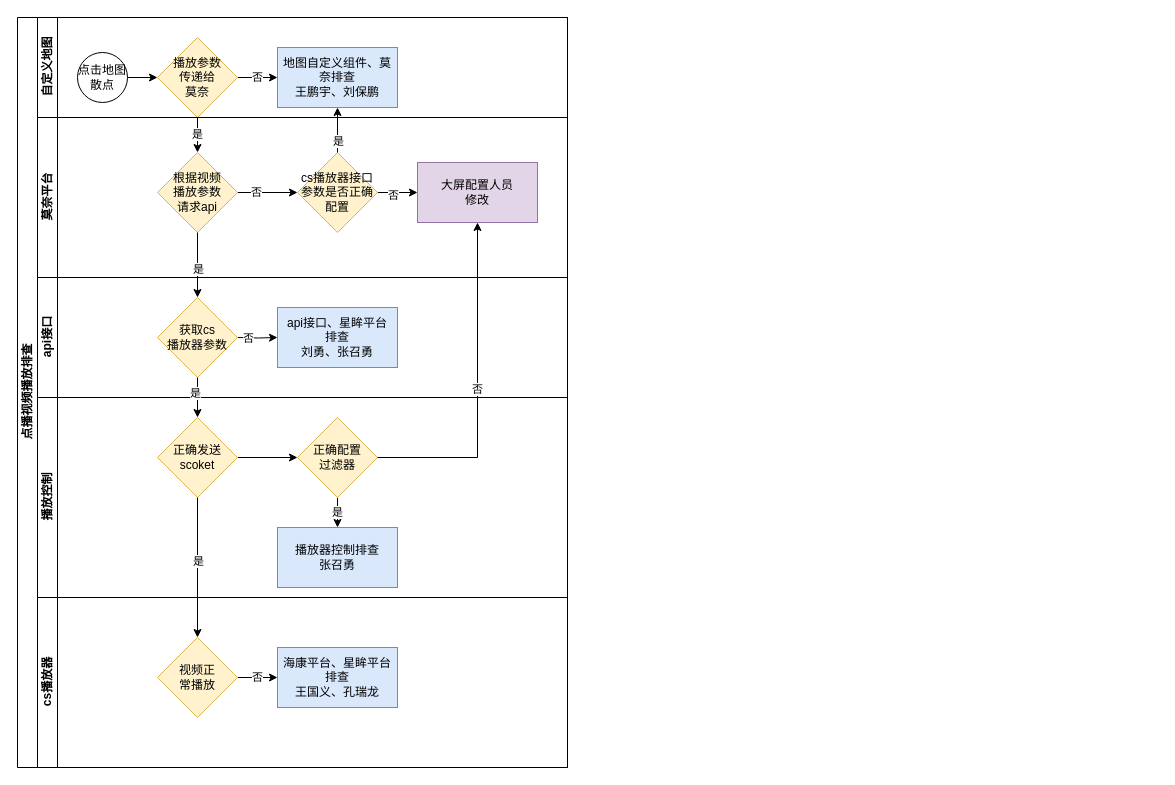
Earlier version of the draw.io diagram 宿迁视频排查.drawio (sdlbp/draw.io). Source tidied: cells renumbered, new cells numbered last; positions are measured from the earlier drawing's top-left corner, leaving out a move shared by most shapes. Both pictures are drawn from the tidied source at 100%, with x=0, y=0 at pixel (17, 17).
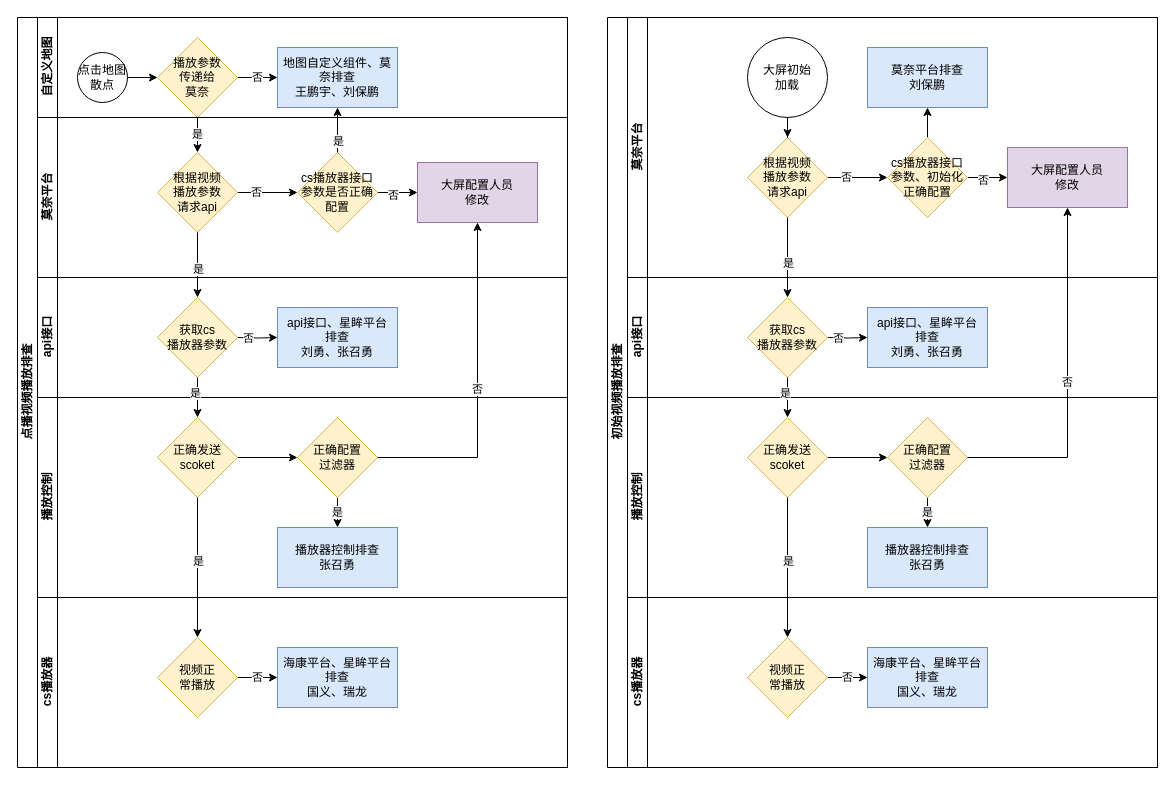
Above is the later version.

Commit message:
Update 宿迁视频排查.drawio

The change refers to these unchanged cells:
```xml
<mxCell id="29" value="cs播放器" style="swimlane;html=1;startSize=20;horizontal=0;" parent="2" vertex="1">
  <mxGeometry x="20" y="580" width="530" height="170" as="geometry" />
</mxCell>
```

Diff of the diagram source:
```diff
@@
-    <mxCell id="32" value="海康平台、星眸平台排查&lt;br&gt;王国义、孔瑞龙" style="rounded=0;whiteSpace=wrap;html=1;fillColor=#dae8fc;strokeColor=#6c8ebf;" parent="29" vertex="1">
+    <mxCell id="32" value="海康平台、星眸平台排查&lt;br&gt;国义、瑞龙" style="rounded=0;whiteSpace=wrap;html=1;fillColor=#dae8fc;strokeColor=#6c8ebf;" parent="29" vertex="1">
       <mxGeometry x="240" y="50" width="120" height="60" as="geometry" />
     </mxCell>
@@
+    <mxCell id="43" value="初始视频播放排查" style="swimlane;html=1;horizontal=0;startSize=20;" parent="1" vertex="1">
+      <mxGeometry x="590" width="550" height="750" as="geometry" />
+    </mxCell>
+    <mxCell id="44" value="莫奈平台" style="swimlane;html=1;startSize=20;horizontal=0;" parent="43" vertex="1">
+      <mxGeometry x="20" width="530" height="260" as="geometry" />
+    </mxCell>
+    <mxCell id="45" style="edgeStyle=orthogonalEdgeStyle;rounded=0;jettySize=auto;html=1;endArrow=classic;endFill=1;exitX=1;exitY=0.5;exitDx=0;exitDy=0;" parent="44" edge="1" source="51" target="50">
+      <mxGeometry relative="1" as="geometry" />
+    </mxCell>
+    <mxCell id="46" value="否" style="edgeLabel;html=1;align=center;verticalAlign=middle;" parent="45" vertex="1">
+      <mxGeometry x="-0.39" y="1" relative="1" as="geometry" />
+    </mxCell>
+    <mxCell id="47" style="edgeStyle=orthogonalEdgeStyle;rounded=0;jettySize=auto;html=1;" parent="44" edge="1" source="50" target="52">
+      <mxGeometry relative="1" as="geometry" />
+    </mxCell>
+    <mxCell id="48" value="否" style="edgeLabel;html=1;align=center;verticalAlign=middle;" parent="47" vertex="1">
+      <mxGeometry x="-0.24" y="-2" relative="1" as="geometry" />
+    </mxCell>
+    <mxCell id="49" style="edgeStyle=orthogonalEdgeStyle;rounded=0;jettySize=auto;html=1;" parent="44" edge="1" source="50" target="55">
+      <mxGeometry relative="1" as="geometry" />
+    </mxCell>
+    <mxCell id="50" value="cs播放器接口参数、初始化正确配置" style="rhombus;whiteSpace=wrap;html=1;fontFamily=Helvetica;fontSize=12;align=center;fillColor=#fff2cc;strokeColor=#d6b656;" parent="44" vertex="1">
+      <mxGeometry x="260" y="120" width="80" height="80" as="geometry" />
+    </mxCell>
+    <mxCell id="51" value="根据视频&lt;br&gt;播放参数&lt;br&gt;请求api" style="rhombus;whiteSpace=wrap;html=1;fillColor=#fff2cc;strokeColor=#d6b656;" parent="44" vertex="1">
+      <mxGeometry x="120" y="120" width="80" height="80" as="geometry" />
+    </mxCell>
+    <mxCell id="52" value="大屏配置人员&lt;br&gt;修改" style="whiteSpace=wrap;html=1;strokeColor=#9673a6;fillColor=#e1d5e7;" parent="44" vertex="1">
+      <mxGeometry x="380" y="130" width="120" height="60" as="geometry" />
+    </mxCell>
+    <mxCell id="53" style="edgeStyle=orthogonalEdgeStyle;rounded=0;jettySize=auto;html=1;" parent="44" edge="1" source="54" target="51">
+      <mxGeometry relative="1" as="geometry" />
+    </mxCell>
+    <mxCell id="54" value="大屏初始&lt;br&gt;加载" style="ellipse;whiteSpace=wrap;html=1;" parent="44" vertex="1">
+      <mxGeometry x="120" y="20" width="80" height="80" as="geometry" />
+    </mxCell>
+    <mxCell id="55" value="莫奈平台排查&lt;br&gt;刘保鹏" style="whiteSpace=wrap;html=1;strokeColor=#6c8ebf;fillColor=#dae8fc;" parent="44" vertex="1">
+      <mxGeometry x="240" y="30" width="120" height="60" as="geometry" />
+    </mxCell>
+    <mxCell id="56" value="api接口" style="swimlane;html=1;startSize=20;horizontal=0;" parent="43" vertex="1">
+      <mxGeometry x="20" y="260" width="530" height="120" as="geometry" />
+    </mxCell>
+    <mxCell id="57" style="edgeStyle=orthogonalEdgeStyle;rounded=0;jettySize=auto;html=1;endArrow=classic;endFill=1;entryX=0;entryY=0.5;entryDx=0;entryDy=0;" parent="56" edge="1" target="60">
+      <mxGeometry relative="1" as="geometry">
+        <mxPoint x="200" y="60" as="sourcePoint" />
+      </mxGeometry>
+    </mxCell>
+    <mxCell id="58" value="否" style="edgeLabel;html=1;align=center;verticalAlign=middle;" parent="57" vertex="1">
+      <mxGeometry x="-0.44" relative="1" as="geometry" />
+    </mxCell>
+    <mxCell id="59" value="获取cs&lt;br&gt;播放器参数" style="rhombus;whiteSpace=wrap;html=1;fillColor=#fff2cc;strokeColor=#d6b656;" parent="56" vertex="1">
+      <mxGeometry x="120" y="20" width="80" height="80" as="geometry" />
+    </mxCell>
+    <mxCell id="60" value="api接口、星眸平台&lt;br&gt;排查&lt;br&gt;刘勇、张召勇" style="whiteSpace=wrap;html=1;strokeColor=#6c8ebf;fillColor=#dae8fc;" parent="56" vertex="1">
+      <mxGeometry x="240" y="30" width="120" height="60" as="geometry" />
+    </mxCell>
+    <mxCell id="61" value="播放控制" style="swimlane;html=1;startSize=20;horizontal=0;" parent="43" vertex="1">
+      <mxGeometry x="20" y="380" width="530" height="200" as="geometry" />
+    </mxCell>
+    <mxCell id="62" style="edgeStyle=orthogonalEdgeStyle;rounded=0;orthogonalLoop=1;jettySize=auto;html=1;endArrow=classic;endFill=1;" parent="61" edge="1">
+      <mxGeometry relative="1" as="geometry">
+        <mxPoint x="200" y="60" as="sourcePoint" />
+        <mxPoint x="260" y="60" as="targetPoint" />
+      </mxGeometry>
+    </mxCell>
+    <mxCell id="63" value="正确发送scoket" style="rhombus;whiteSpace=wrap;html=1;fillColor=#fff2cc;strokeColor=#d6b656;" parent="61" vertex="1">
+      <mxGeometry x="120" y="20" width="80" height="80" as="geometry" />
+    </mxCell>
+    <mxCell id="64" value="是" style="edgeStyle=orthogonalEdgeStyle;rounded=0;jettySize=auto;html=1;" parent="61" edge="1" source="65" target="66">
+      <mxGeometry relative="1" as="geometry" />
+    </mxCell>
+    <mxCell id="65" value="正确配置&lt;br&gt;过滤器" style="rhombus;whiteSpace=wrap;html=1;fillColor=#fff2cc;strokeColor=#d6b656;" parent="61" vertex="1">
+      <mxGeometry x="260" y="20" width="80" height="80" as="geometry" />
+    </mxCell>
+    <mxCell id="66" value="播放器控制排查&lt;br&gt;张召勇" style="rounded=0;whiteSpace=wrap;html=1;fillColor=#dae8fc;strokeColor=#6c8ebf;" parent="61" vertex="1">
+      <mxGeometry x="240" y="130" width="120" height="60" as="geometry" />
+    </mxCell>
+    <mxCell id="67" value="cs播放器" style="swimlane;html=1;startSize=20;horizontal=0;" parent="43" vertex="1">
+      <mxGeometry x="20" y="580" width="530" height="170" as="geometry" />
+    </mxCell>
+    <mxCell id="68" value="否" style="edgeStyle=orthogonalEdgeStyle;rounded=0;jettySize=auto;html=1;" parent="67" edge="1" source="69" target="70">
+      <mxGeometry relative="1" as="geometry" />
+    </mxCell>
+    <mxCell id="69" value="视频正&lt;br&gt;常播放" style="rhombus;whiteSpace=wrap;html=1;fillColor=#fff2cc;strokeColor=#d6b656;" parent="67" vertex="1">
+      <mxGeometry x="120" y="40" width="80" height="80" as="geometry" />
+    </mxCell>
+    <mxCell id="70" value="海康平台、星眸平台排查&lt;br&gt;国义、瑞龙" style="rounded=0;whiteSpace=wrap;html=1;fillColor=#dae8fc;strokeColor=#6c8ebf;" parent="67" vertex="1">
+      <mxGeometry x="240" y="50" width="120" height="60" as="geometry" />
+    </mxCell>
+    <mxCell id="71" style="edgeStyle=orthogonalEdgeStyle;rounded=0;jettySize=auto;html=1;entryX=0.5;entryY=0;entryDx=0;entryDy=0;" parent="43" edge="1" source="51" target="59">
+      <mxGeometry relative="1" as="geometry" />
+    </mxCell>
+    <mxCell id="72" value="是" style="edgeLabel;html=1;align=center;verticalAlign=middle;" parent="71" vertex="1">
+      <mxGeometry x="0.28" y="1" relative="1" as="geometry">
+        <mxPoint x="-1" y="-6" as="offset" />
+      </mxGeometry>
+    </mxCell>
+    <mxCell id="73" style="edgeStyle=orthogonalEdgeStyle;rounded=0;jettySize=auto;html=1;" parent="43" edge="1" source="59" target="63">
+      <mxGeometry relative="1" as="geometry" />
+    </mxCell>
+    <mxCell id="74" value="是" style="edgeLabel;html=1;align=center;verticalAlign=middle;" parent="73" vertex="1">
+      <mxGeometry x="-0.27" y="-3" relative="1" as="geometry" />
+    </mxCell>
+    <mxCell id="75" style="edgeStyle=orthogonalEdgeStyle;rounded=0;jettySize=auto;html=1;" parent="43" edge="1" source="63" target="69">
+      <mxGeometry relative="1" as="geometry" />
+    </mxCell>
+    <mxCell id="76" value="是" style="edgeLabel;html=1;align=center;verticalAlign=middle;" parent="75" vertex="1">
+      <mxGeometry x="-0.1" relative="1" as="geometry" />
+    </mxCell>
+    <mxCell id="77" value="否" style="edgeStyle=orthogonalEdgeStyle;rounded=0;jettySize=auto;html=1;" parent="43" edge="1" source="65" target="52">
+      <mxGeometry relative="1" as="geometry" />
+    </mxCell>
```
